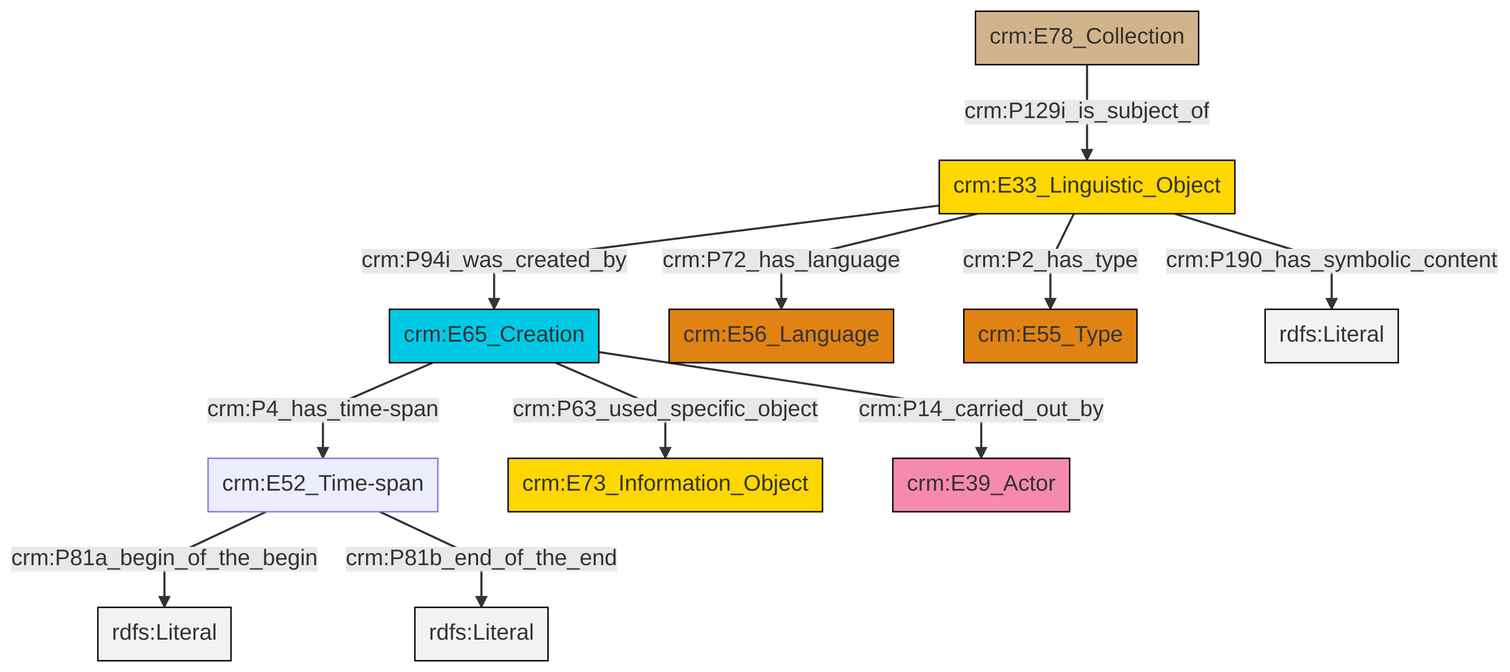
Earlier version of the Mermaid export et/archivalCSV/ttl/mmd/png/archival_desc.png (swiss-art-research-net/docs.swissartresearch). Its source is kept beside it as et/archivalCSV/ttl/mmd/archival_desc.ttl.mmd.
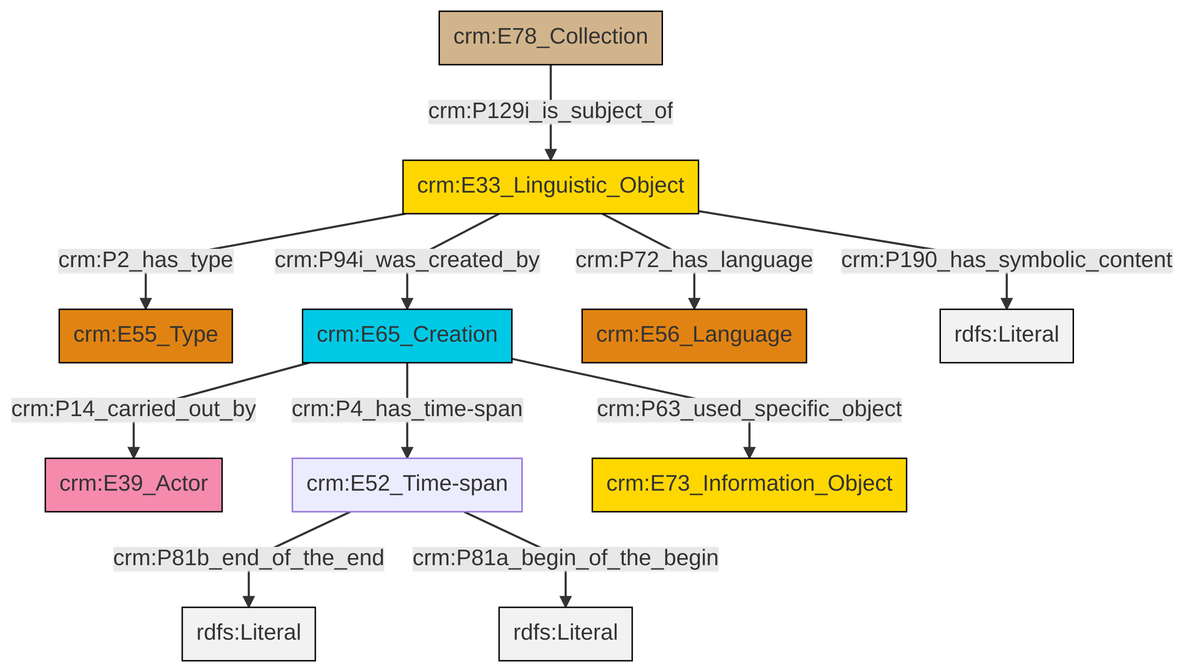
The same diagram one commit later.

Change to the diagram source:
```diff
@@ -13,13 +13,13 @@
 classDef PC_Classes fill:#4ce600, stroke:#000000;
 classDef Multi fill:#cccccc,stroke:#000000;
 
-0["crm:E65_Creation"]:::Temporal_Entity -->|crm:P4_has_time-span| 1["crm:E52_Time-span"]:::Default
-1["crm:E52_Time-span"]:::Default -->|crm:P81a_begin_of_the_begin| 4[rdfs:Literal]:::Literal
-5["crm:E78_Collection"]:::Physical_Thing -->|crm:P129i_is_subject_of| 6["crm:E33_Linguistic_Object"]:::Conceptual_Object
-6["crm:E33_Linguistic_Object"]:::Conceptual_Object -->|crm:P94i_was_created_by| 0["crm:E65_Creation"]:::Temporal_Entity
-6["crm:E33_Linguistic_Object"]:::Conceptual_Object -->|crm:P2_has_type| 10["crm:E55_Type"]:::Type
-6["crm:E33_Linguistic_Object"]:::Conceptual_Object -->|crm:P190_has_symbolic_content| 11[rdfs:Literal]:::Literal
-6["crm:E33_Linguistic_Object"]:::Conceptual_Object -->|crm:P72_has_language| 7["crm:E56_Language"]:::Type
-0["crm:E65_Creation"]:::Temporal_Entity -->|crm:P63_used_specific_object| 2["crm:E73_Information_Object"]:::Conceptual_Object
-1["crm:E52_Time-span"]:::Default -->|crm:P81b_end_of_the_end| 15[rdfs:Literal]:::Literal
-0["crm:E65_Creation"]:::Temporal_Entity -->|crm:P14_carried_out_by| 17["crm:E39_Actor"]:::Actor
+4["crm:E65_Creation"]:::Temporal_Entity -->|crm:P4_has_time-span| 5["crm:E52_Time-span"]:::Default
+5["crm:E52_Time-span"]:::Default -->|crm:P81b_end_of_the_end| 6[rdfs:Literal]:::Literal
+4["crm:E65_Creation"]:::Temporal_Entity -->|crm:P63_used_specific_object| 10["crm:E73_Information_Object"]:::Conceptual_Object
+5["crm:E52_Time-span"]:::Default -->|crm:P81a_begin_of_the_begin| 15[rdfs:Literal]:::Literal
+13["crm:E33_Linguistic_Object"]:::Conceptual_Object -->|crm:P190_has_symbolic_content| 16[rdfs:Literal]:::Literal
+4["crm:E65_Creation"]:::Temporal_Entity -->|crm:P14_carried_out_by| 2["crm:E39_Actor"]:::Actor
+13["crm:E33_Linguistic_Object"]:::Conceptual_Object -->|crm:P2_has_type| 0["crm:E55_Type"]:::Type
+11["crm:E78_Collection"]:::Physical_Thing -->|crm:P129i_is_subject_of| 13["crm:E33_Linguistic_Object"]:::Conceptual_Object
+13["crm:E33_Linguistic_Object"]:::Conceptual_Object -->|crm:P72_has_language| 8["crm:E56_Language"]:::Type
+13["crm:E33_Linguistic_Object"]:::Conceptual_Object -->|crm:P94i_was_created_by| 4["crm:E65_Creation"]:::Temporal_Entity
```
